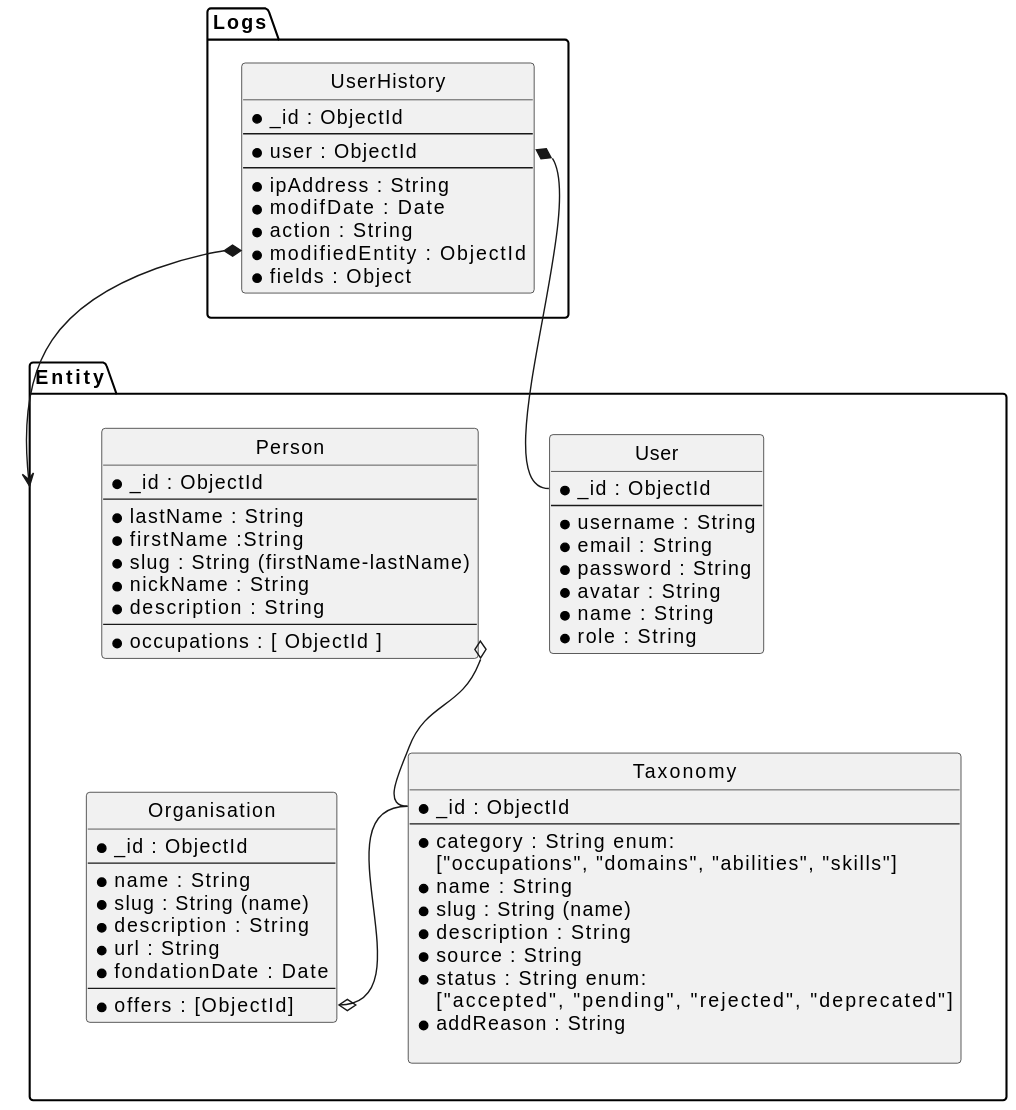
Avantage-Numerique/bdsol-api keeps this PlantUML diagram as doc/bd-structure.svg. Above is the earlier version.
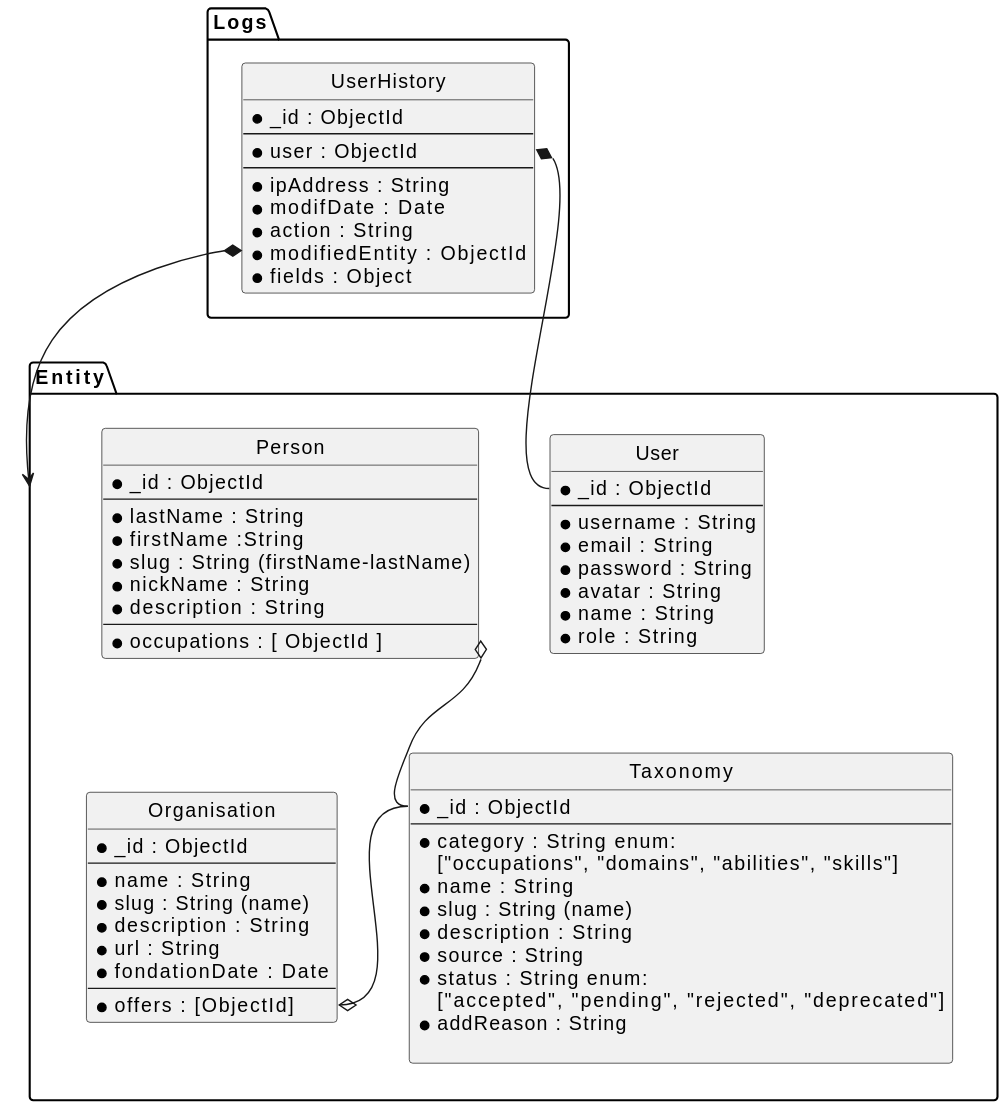
After the change.

Commit message:
Render des fichiers PlantUML dans la documentation, via l'action `generate plantuml`

Change to the diagram source:
```diff
@@ -25,7 +25,7 @@
     *description : String
     *source : String
     *status : String enum:
-      ["Accepted", "Pending", "Rejected", "deprecated"]
+      ["accepted", "pending", "rejected", "deprecated"]
     *addReason : String
 
   }
```
